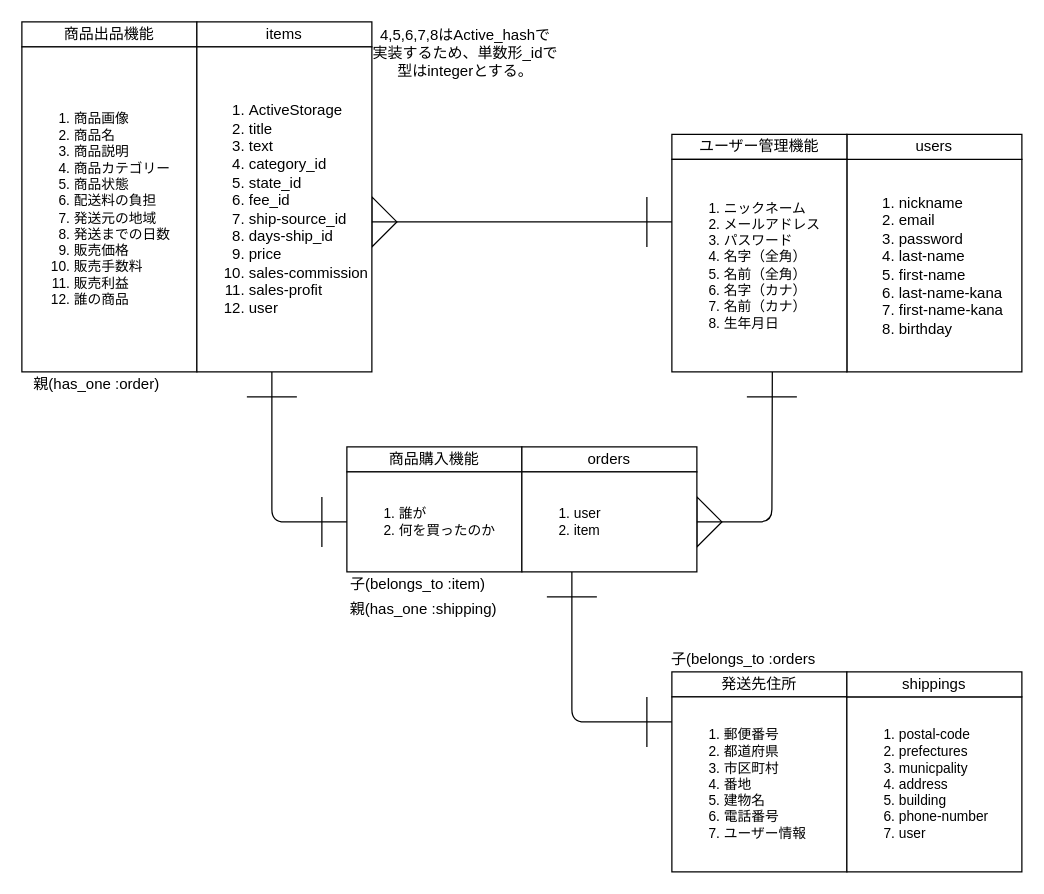
Above: furima-32551.dio in t-sasagawa/furima-32551 (draw.io), before the change. Source tidied: cells renumbered, new cells numbered last; positions are measured from the earlier drawing's top-left corner, leaving out a move shared by most shapes. Both pictures are drawn from the tidied source at 125%, with x=0, y=0 at pixel (21, 21).
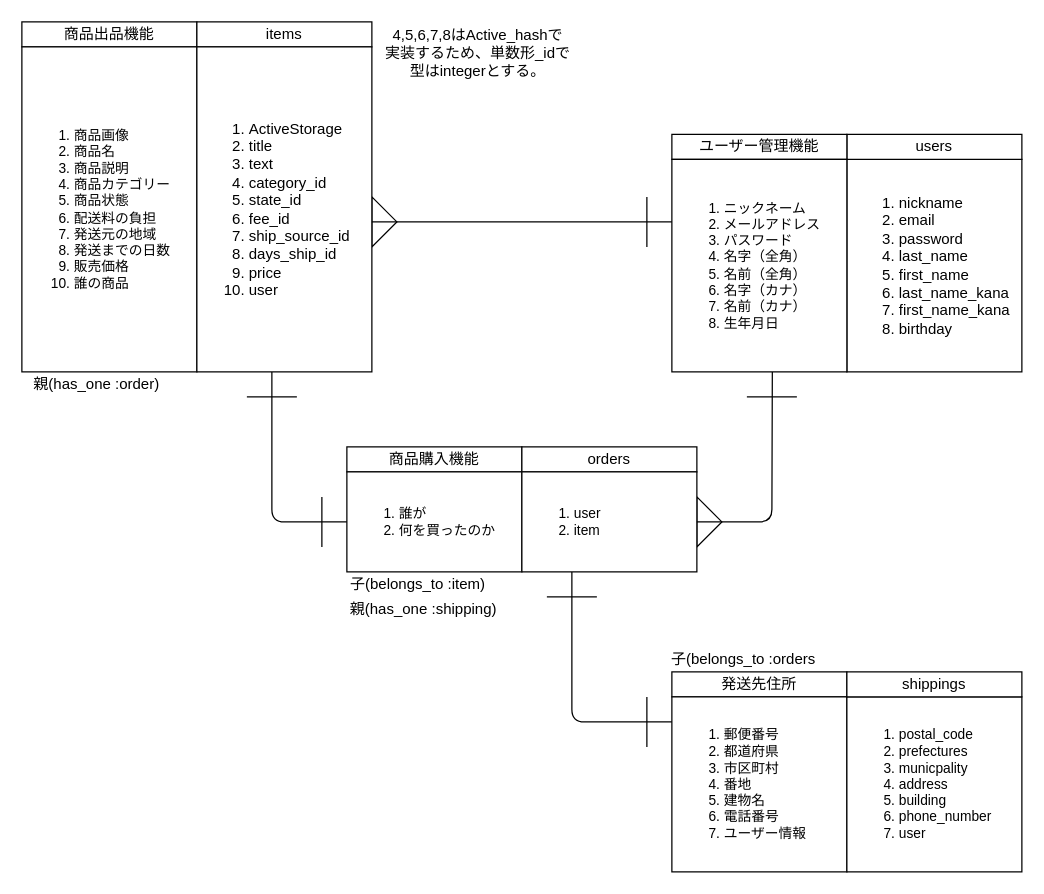
Above is the later version.

Commit message:
ER図の修正（２回目）

Diff of the diagram source:
```diff
@@
-    <mxCell id="6" value="&lt;div style=&quot;text-align: justify ; font-size: 11px&quot;&gt;&lt;ol&gt;&lt;li&gt;&lt;span&gt;商品画像&lt;/span&gt;&lt;/li&gt;&lt;li&gt;&lt;span&gt;&lt;div style=&quot;text-align: justify&quot;&gt;&lt;span&gt;商品名&lt;/span&gt;&lt;/div&gt;&lt;/span&gt;&lt;/li&gt;&lt;li&gt;&lt;span&gt;&lt;div style=&quot;text-align: justify&quot;&gt;&lt;span&gt;商品説明&lt;/span&gt;&lt;/div&gt;&lt;/span&gt;&lt;/li&gt;&lt;li&gt;&lt;span&gt;&lt;div style=&quot;text-align: justify&quot;&gt;&lt;span&gt;商品カテゴリー&lt;/span&gt;&lt;/div&gt;&lt;/span&gt;&lt;/li&gt;&lt;li&gt;&lt;span&gt;&lt;div style=&quot;text-align: justify&quot;&gt;&lt;span&gt;商品状態&lt;/span&gt;&lt;/div&gt;&lt;/span&gt;&lt;/li&gt;&lt;li&gt;&lt;span&gt;&lt;div style=&quot;text-align: justify&quot;&gt;&lt;span&gt;配送料の負担&lt;/span&gt;&lt;/div&gt;&lt;/span&gt;&lt;/li&gt;&lt;li&gt;&lt;span&gt;&lt;div style=&quot;text-align: justify&quot;&gt;&lt;span&gt;発送元の地域&lt;/span&gt;&lt;/div&gt;&lt;/span&gt;&lt;/li&gt;&lt;li&gt;&lt;span&gt;&lt;div style=&quot;text-align: justify&quot;&gt;&lt;span&gt;発送までの日数&lt;/span&gt;&lt;/div&gt;&lt;/span&gt;&lt;/li&gt;&lt;li&gt;&lt;span&gt;&lt;div style=&quot;text-align: justify&quot;&gt;&lt;span&gt;販売価格&lt;/span&gt;&lt;/div&gt;&lt;/span&gt;&lt;/li&gt;&lt;li&gt;&lt;span&gt;&lt;div style=&quot;text-align: justify&quot;&gt;&lt;span&gt;販売手数料&lt;/span&gt;&lt;/div&gt;&lt;/span&gt;&lt;/li&gt;&lt;li&gt;&lt;span&gt;&lt;div style=&quot;text-align: justify&quot;&gt;&lt;span&gt;販売利益&lt;/span&gt;&lt;/div&gt;&lt;/span&gt;&lt;/li&gt;&lt;li&gt;&lt;div style=&quot;text-align: justify&quot;&gt;&lt;span&gt;誰の商品&lt;/span&gt;&lt;/div&gt;&lt;/li&gt;&lt;/ol&gt;&lt;/div&gt;" style="rounded=0;whiteSpace=wrap;html=1;align=left;" parent="1" vertex="1">
+    <mxCell id="6" value="&lt;div style=&quot;text-align: justify ; font-size: 11px&quot;&gt;&lt;ol&gt;&lt;li&gt;&lt;span&gt;商品画像&lt;/span&gt;&lt;/li&gt;&lt;li&gt;&lt;span&gt;&lt;div style=&quot;text-align: justify&quot;&gt;&lt;span&gt;商品名&lt;/span&gt;&lt;/div&gt;&lt;/span&gt;&lt;/li&gt;&lt;li&gt;&lt;span&gt;&lt;div style=&quot;text-align: justify&quot;&gt;&lt;span&gt;商品説明&lt;/span&gt;&lt;/div&gt;&lt;/span&gt;&lt;/li&gt;&lt;li&gt;&lt;span&gt;&lt;div style=&quot;text-align: justify&quot;&gt;&lt;span&gt;商品カテゴリー&lt;/span&gt;&lt;/div&gt;&lt;/span&gt;&lt;/li&gt;&lt;li&gt;&lt;span&gt;&lt;div style=&quot;text-align: justify&quot;&gt;&lt;span&gt;商品状態&lt;/span&gt;&lt;/div&gt;&lt;/span&gt;&lt;/li&gt;&lt;li&gt;&lt;span&gt;&lt;div style=&quot;text-align: justify&quot;&gt;&lt;span&gt;配送料の負担&lt;/span&gt;&lt;/div&gt;&lt;/span&gt;&lt;/li&gt;&lt;li&gt;&lt;span&gt;&lt;div style=&quot;text-align: justify&quot;&gt;&lt;span&gt;発送元の地域&lt;/span&gt;&lt;/div&gt;&lt;/span&gt;&lt;/li&gt;&lt;li&gt;&lt;span&gt;&lt;div style=&quot;text-align: justify&quot;&gt;&lt;span&gt;発送までの日数&lt;/span&gt;&lt;/div&gt;&lt;/span&gt;&lt;/li&gt;&lt;li&gt;&lt;span&gt;&lt;div style=&quot;text-align: justify&quot;&gt;&lt;span&gt;販売価格&lt;/span&gt;&lt;/div&gt;&lt;/span&gt;&lt;/li&gt;&lt;li&gt;&lt;div style=&quot;text-align: justify&quot;&gt;&lt;span&gt;誰の商品&lt;/span&gt;&lt;/div&gt;&lt;/li&gt;&lt;/ol&gt;&lt;/div&gt;" style="rounded=0;whiteSpace=wrap;html=1;align=left;" parent="1" vertex="1">
       <mxGeometry y="20" width="140" height="260" as="geometry" />
     </mxCell>
@@
-    <mxCell id="8" value="&lt;ol&gt;&lt;li&gt;ActiveStorage&lt;/li&gt;&lt;li&gt;title&lt;/li&gt;&lt;li&gt;text&lt;/li&gt;&lt;li&gt;category_id&lt;/li&gt;&lt;li&gt;state_id&lt;/li&gt;&lt;li&gt;fee_id&lt;/li&gt;&lt;li&gt;ship-source_id&lt;/li&gt;&lt;li&gt;days-ship_id&lt;/li&gt;&lt;li&gt;price&lt;/li&gt;&lt;li&gt;sales-commission&lt;/li&gt;&lt;li&gt;sales-profit&lt;/li&gt;&lt;li&gt;user&lt;/li&gt;&lt;/ol&gt;" style="rounded=0;whiteSpace=wrap;html=1;align=left;" parent="1" vertex="1">
+    <mxCell id="8" value="&lt;ol&gt;&lt;li&gt;ActiveStorage&lt;/li&gt;&lt;li&gt;title&lt;/li&gt;&lt;li&gt;text&lt;/li&gt;&lt;li&gt;category_id&lt;/li&gt;&lt;li&gt;state_id&lt;/li&gt;&lt;li&gt;fee_id&lt;/li&gt;&lt;li&gt;ship_source_id&lt;/li&gt;&lt;li&gt;days_ship_id&lt;/li&gt;&lt;li&gt;price&lt;/li&gt;&lt;li&gt;user&lt;/li&gt;&lt;/ol&gt;" style="rounded=0;whiteSpace=wrap;html=1;align=left;" parent="1" vertex="1">
       <mxGeometry x="140" y="20" width="140" height="260" as="geometry" />
     </mxCell>
-    <mxCell id="9" value="&lt;ol&gt;&lt;li&gt;nickname&lt;/li&gt;&lt;li&gt;email&lt;/li&gt;&lt;li&gt;password&lt;/li&gt;&lt;li&gt;last-name&lt;/li&gt;&lt;li&gt;first-name&lt;/li&gt;&lt;li&gt;last-name-kana&lt;/li&gt;&lt;li&gt;first-name-kana&lt;/li&gt;&lt;li&gt;birthday&lt;/li&gt;&lt;/ol&gt;" style="rounded=0;whiteSpace=wrap;html=1;align=left;" parent="1" vertex="1">
+    <mxCell id="9" value="&lt;ol&gt;&lt;li&gt;nickname&lt;/li&gt;&lt;li&gt;email&lt;/li&gt;&lt;li&gt;password&lt;/li&gt;&lt;li&gt;last_name&lt;/li&gt;&lt;li&gt;first_name&lt;/li&gt;&lt;li&gt;last_name_kana&lt;/li&gt;&lt;li&gt;first_name_kana&lt;/li&gt;&lt;li&gt;birthday&lt;/li&gt;&lt;/ol&gt;" style="rounded=0;whiteSpace=wrap;html=1;align=left;" parent="1" vertex="1">
       <mxGeometry x="660" y="110" width="140" height="170" as="geometry" />
     </mxCell>
@@
-    <mxCell id="15" value="&lt;ol style=&quot;font-size: 11px&quot;&gt;&lt;li&gt;postal-code&lt;/li&gt;&lt;li&gt;prefectures&lt;/li&gt;&lt;li&gt;municpality&lt;/li&gt;&lt;li&gt;address&lt;/li&gt;&lt;li&gt;building&lt;/li&gt;&lt;li&gt;phone-number&lt;/li&gt;&lt;li&gt;user&lt;/li&gt;&lt;/ol&gt;" style="rounded=0;whiteSpace=wrap;html=1;align=left;" parent="1" vertex="1">
+    <mxCell id="15" value="&lt;ol style=&quot;font-size: 11px&quot;&gt;&lt;li&gt;postal_code&lt;/li&gt;&lt;li&gt;prefectures&lt;/li&gt;&lt;li&gt;municpality&lt;/li&gt;&lt;li&gt;address&lt;/li&gt;&lt;li&gt;building&lt;/li&gt;&lt;li&gt;phone_number&lt;/li&gt;&lt;li&gt;user&lt;/li&gt;&lt;/ol&gt;" style="rounded=0;whiteSpace=wrap;html=1;align=left;" parent="1" vertex="1">
       <mxGeometry x="660" y="540" width="140" height="140" as="geometry" />
     </mxCell>
@@
     <mxCell id="35" value="4,5,6,7,8はActive_hashで&lt;br&gt;実装するため、単数形_idで&lt;br&gt;型はintegerとする。" style="text;html=1;strokeColor=none;fillColor=none;align=center;verticalAlign=middle;whiteSpace=wrap;rounded=0;" parent="1" vertex="1">
-      <mxGeometry x="280" width="150" height="50" as="geometry" />
+      <mxGeometry x="290" width="150" height="50" as="geometry" />
     </mxCell>
```
